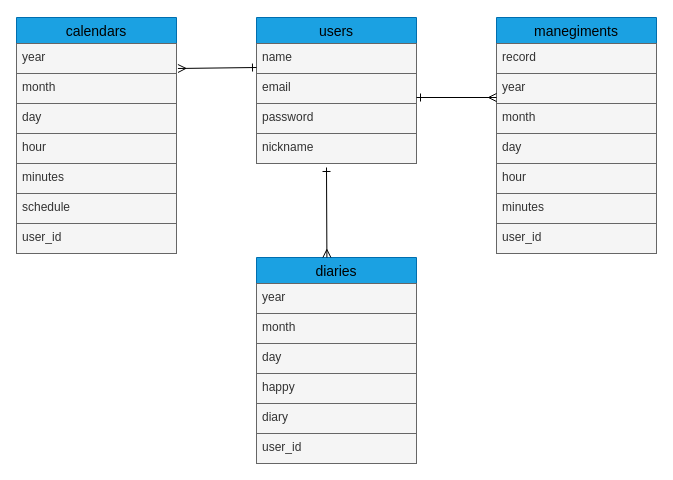
Earlier version of the draw.io diagram babymana.dio (kamoshidadesu/babymana). Source tidied: cells renumbered, new cells numbered last; positions are measured from the earlier drawing's top-left corner, leaving out a move shared by most shapes. Both pictures are drawn from the tidied source at 100%, with x=0, y=0 at pixel (16, 17).
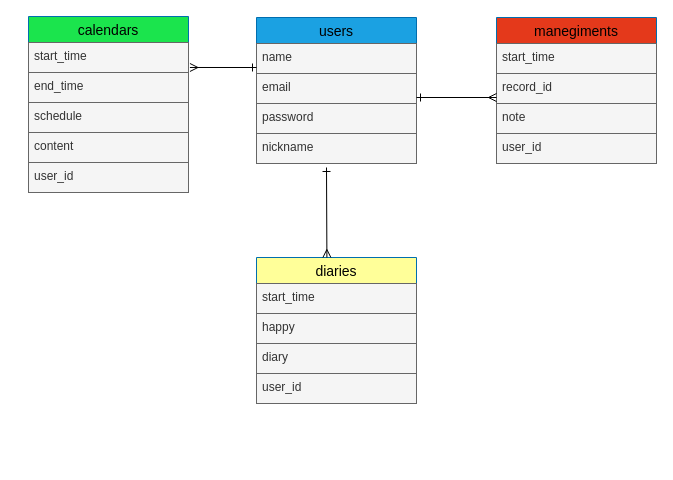
The same page after the edit.

The change refers to these unchanged cells:
```xml
<mxCell id="11" style="group;" parent="10" vertex="1">
  <mxGeometry width="160" height="146" as="geometry" />
</mxCell>
<mxCell id="12" style="group;" parent="11" vertex="1">
  <mxGeometry width="160" height="116" as="geometry" />
</mxCell>
<mxCell id="14" style="group;" parent="13" vertex="1">
  <mxGeometry y="26" width="160" height="60" as="geometry" />
</mxCell>
<mxCell id="22" style="group;" parent="1" vertex="1">
  <mxGeometry x="240" y="240" width="160" height="236" as="geometry" />
</mxCell>
<mxCell id="23" style="group;" parent="22" vertex="1">
  <mxGeometry width="160" height="146" as="geometry" />
</mxCell>
<mxCell id="24" style="group;" parent="23" vertex="1">
  <mxGeometry width="160" height="116" as="geometry" />
</mxCell>
<mxCell id="26" style="group;" parent="25" vertex="1">
  <mxGeometry y="26" width="160" height="60" as="geometry" />
</mxCell>
<mxCell id="33" style="group;" parent="1" vertex="1">
  <mxGeometry x="480" width="160" height="236" as="geometry" />
</mxCell>
<mxCell id="34" style="group;" parent="33" vertex="1">
  <mxGeometry width="160" height="146" as="geometry" />
</mxCell>
<mxCell id="35" style="group;" parent="34" vertex="1">
  <mxGeometry width="160" height="116" as="geometry" />
</mxCell>
<mxCell id="37" style="group;" parent="36" vertex="1">
  <mxGeometry y="26" width="160" height="60" as="geometry" />
</mxCell>
```

What changed in the source:
```diff
@@
     <mxCell id="10" style="group;" parent="1" vertex="1">
-      <mxGeometry width="160" height="236" as="geometry" />
+      <mxGeometry x="12" y="-1" width="160" height="236" as="geometry" />
     </mxCell>
@@
-    <mxCell id="13" value="calendars" style="swimlane;fontStyle=0;horizontal=1;startSize=26;align=center;fontSize=14;strokeColor=#006EAF;fillColor=#1ba1e2;fontColor=#000000;swimlaneFillColor=none;" parent="12" vertex="1">
+    <mxCell id="13" value="calendars" style="swimlane;fontStyle=0;horizontal=1;startSize=26;align=center;fontSize=14;strokeColor=#006EAF;fillColor=#1be44d;fontColor=#000000;swimlaneFillColor=none;" parent="12" vertex="1">
       <mxGeometry width="160" height="86" as="geometry" />
     </mxCell>
@@
-    <mxCell id="15" value="year" style="text;strokeColor=#666666;fillColor=#f5f5f5;spacingLeft=4;spacingRight=4;overflow=hidden;points=[[0,0.5],[1,0.5]];portConstraint=eastwest;fontSize=12;fontColor=#333333;" parent="14" vertex="1">
+    <mxCell id="15" value="start_time" style="text;strokeColor=#666666;fillColor=#f5f5f5;spacingLeft=4;spacingRight=4;overflow=hidden;points=[[0,0.5],[1,0.5]];portConstraint=eastwest;fontSize=12;fontColor=#333333;" parent="14" vertex="1">
       <mxGeometry width="160" height="30" as="geometry" />
     </mxCell>
-    <mxCell id="16" value="month" style="text;strokeColor=#666666;fillColor=#f5f5f5;spacingLeft=4;spacingRight=4;overflow=hidden;fontSize=12;fontColor=#333333;" parent="14" vertex="1">
+    <mxCell id="16" value="end_time" style="text;strokeColor=#666666;fillColor=#f5f5f5;spacingLeft=4;spacingRight=4;overflow=hidden;fontSize=12;fontColor=#333333;" parent="14" vertex="1">
       <mxGeometry y="30" width="160" height="30" as="geometry" />
     </mxCell>
-    <mxCell id="17" value="day" style="text;strokeColor=#666666;fillColor=#f5f5f5;spacingLeft=4;spacingRight=4;overflow=hidden;fontSize=12;fontColor=#333333;" parent="12" vertex="1">
+    <mxCell id="17" value="schedule" style="text;strokeColor=#666666;fillColor=#f5f5f5;spacingLeft=4;spacingRight=4;overflow=hidden;fontSize=12;fontColor=#333333;" parent="12" vertex="1">
       <mxGeometry y="86" width="160" height="30" as="geometry" />
     </mxCell>
-    <mxCell id="18" value="hour" style="text;strokeColor=#666666;fillColor=#f5f5f5;spacingLeft=4;spacingRight=4;overflow=hidden;fontSize=12;fontColor=#333333;" parent="11" vertex="1">
+    <mxCell id="18" value="content" style="text;strokeColor=#666666;fillColor=#f5f5f5;spacingLeft=4;spacingRight=4;overflow=hidden;fontSize=12;fontColor=#333333;" parent="11" vertex="1">
       <mxGeometry y="116" width="160" height="30" as="geometry" />
     </mxCell>
-    <mxCell id="19" value="minutes" style="text;strokeColor=#666666;fillColor=#f5f5f5;spacingLeft=4;spacingRight=4;overflow=hidden;fontSize=12;fontColor=#333333;" parent="10" vertex="1">
+    <mxCell id="19" value="user_id" style="text;strokeColor=#666666;fillColor=#f5f5f5;spacingLeft=4;spacingRight=4;overflow=hidden;fontSize=12;fontColor=#333333;" parent="10" vertex="1">
       <mxGeometry y="146" width="160" height="30" as="geometry" />
     </mxCell>
-    <mxCell id="20" value="schedule" style="text;strokeColor=#666666;fillColor=#f5f5f5;spacingLeft=4;spacingRight=4;overflow=hidden;fontSize=12;fontColor=#333333;" parent="10" vertex="1">
-      <mxGeometry y="176" width="160" height="30" as="geometry" />
-    </mxCell>
-    <mxCell id="21" value="user_id" style="text;strokeColor=#666666;fillColor=#f5f5f5;spacingLeft=4;spacingRight=4;overflow=hidden;fontSize=12;fontColor=#333333;" parent="10" vertex="1">
-      <mxGeometry y="206" width="160" height="30" as="geometry" />
-    </mxCell>
@@
-    <mxCell id="25" value="diaries" style="swimlane;fontStyle=0;horizontal=1;startSize=26;align=center;fontSize=14;strokeColor=#006EAF;fillColor=#1ba1e2;fontColor=#000000;swimlaneFillColor=none;" parent="24" vertex="1">
+    <mxCell id="25" value="diaries" style="swimlane;fontStyle=0;horizontal=1;startSize=26;align=center;fontSize=14;strokeColor=#006EAF;fillColor=#FFFF99;fontColor=#000000;swimlaneFillColor=none;" parent="24" vertex="1">
       <mxGeometry width="160" height="86" as="geometry" />
     </mxCell>
@@
-    <mxCell id="27" value="year" style="text;strokeColor=#666666;fillColor=#f5f5f5;spacingLeft=4;spacingRight=4;overflow=hidden;fontSize=12;fontColor=#333333;" parent="26" vertex="1">
+    <mxCell id="27" value="start_time" style="text;strokeColor=#666666;fillColor=#f5f5f5;spacingLeft=4;spacingRight=4;overflow=hidden;fontSize=12;fontColor=#333333;" parent="26" vertex="1">
       <mxGeometry width="160" height="30" as="geometry" />
     </mxCell>
-    <mxCell id="28" value="month" style="text;strokeColor=#666666;fillColor=#f5f5f5;spacingLeft=4;spacingRight=4;overflow=hidden;fontSize=12;fontColor=#333333;" parent="26" vertex="1">
+    <mxCell id="28" value="happy" style="text;strokeColor=#666666;fillColor=#f5f5f5;spacingLeft=4;spacingRight=4;overflow=hidden;fontSize=12;fontColor=#333333;" parent="26" vertex="1">
       <mxGeometry y="30" width="160" height="30" as="geometry" />
     </mxCell>
-    <mxCell id="29" value="day" style="text;strokeColor=#666666;fillColor=#f5f5f5;spacingLeft=4;spacingRight=4;overflow=hidden;fontSize=12;fontColor=#333333;" parent="24" vertex="1">
+    <mxCell id="29" value="diary" style="text;strokeColor=#666666;fillColor=#f5f5f5;spacingLeft=4;spacingRight=4;overflow=hidden;fontSize=12;fontColor=#333333;" parent="24" vertex="1">
       <mxGeometry y="86" width="160" height="30" as="geometry" />
     </mxCell>
-    <mxCell id="30" value="happy" style="text;strokeColor=#666666;fillColor=#f5f5f5;spacingLeft=4;spacingRight=4;overflow=hidden;fontSize=12;fontColor=#333333;" parent="23" vertex="1">
+    <mxCell id="30" value="user_id" style="text;strokeColor=#666666;fillColor=#f5f5f5;spacingLeft=4;spacingRight=4;overflow=hidden;fontSize=12;fontColor=#333333;" parent="23" vertex="1">
       <mxGeometry y="116" width="160" height="30" as="geometry" />
     </mxCell>
-    <mxCell id="31" value="diary" style="text;strokeColor=#666666;fillColor=#f5f5f5;spacingLeft=4;spacingRight=4;overflow=hidden;fontSize=12;fontColor=#333333;" parent="22" vertex="1">
-      <mxGeometry y="146" width="160" height="30" as="geometry" />
-    </mxCell>
-    <mxCell id="32" value="user_id" style="text;strokeColor=#666666;fillColor=#f5f5f5;spacingLeft=4;spacingRight=4;overflow=hidden;fontSize=12;fontColor=#333333;" parent="22" vertex="1">
-      <mxGeometry y="176" width="160" height="30" as="geometry" />
-    </mxCell>
@@
-    <mxCell id="36" value="manegiments" style="swimlane;fontStyle=0;horizontal=1;startSize=26;align=center;fontSize=14;strokeColor=#006EAF;fillColor=#1ba1e2;fontColor=#000000;swimlaneFillColor=none;" parent="35" vertex="1">
+    <mxCell id="36" value="manegiments" style="swimlane;fontStyle=0;horizontal=1;startSize=26;align=center;fontSize=14;strokeColor=#006EAF;fillColor=#e4391b;fontColor=#000000;swimlaneFillColor=none;" parent="35" vertex="1">
       <mxGeometry width="160" height="86" as="geometry" />
     </mxCell>
@@
-    <mxCell id="38" value="record" style="text;strokeColor=#666666;fillColor=#f5f5f5;spacingLeft=4;spacingRight=4;overflow=hidden;fontSize=12;fontColor=#333333;" parent="37" vertex="1">
+    <mxCell id="38" value="start_time" style="text;strokeColor=#666666;fillColor=#f5f5f5;spacingLeft=4;spacingRight=4;overflow=hidden;fontSize=12;fontColor=#333333;" parent="37" vertex="1">
       <mxGeometry width="160" height="30" as="geometry" />
     </mxCell>
-    <mxCell id="39" value="year" style="text;strokeColor=#666666;fillColor=#f5f5f5;spacingLeft=4;spacingRight=4;overflow=hidden;points=[[0,0.5],[1,0.5]];portConstraint=eastwest;fontSize=12;fontColor=#333333;" parent="37" vertex="1">
+    <mxCell id="39" value="record_id" style="text;strokeColor=#666666;fillColor=#f5f5f5;spacingLeft=4;spacingRight=4;overflow=hidden;points=[[0,0.5],[1,0.5]];portConstraint=eastwest;fontSize=12;fontColor=#333333;" parent="37" vertex="1">
       <mxGeometry y="30" width="160" height="30" as="geometry" />
     </mxCell>
-    <mxCell id="40" value="month" style="text;strokeColor=#666666;fillColor=#f5f5f5;spacingLeft=4;spacingRight=4;overflow=hidden;fontSize=12;fontColor=#333333;" parent="35" vertex="1">
+    <mxCell id="40" value="note" style="text;strokeColor=#666666;fillColor=#f5f5f5;spacingLeft=4;spacingRight=4;overflow=hidden;fontSize=12;fontColor=#333333;" parent="35" vertex="1">
       <mxGeometry y="86" width="160" height="30" as="geometry" />
     </mxCell>
-    <mxCell id="41" value="day" style="text;strokeColor=#666666;fillColor=#f5f5f5;spacingLeft=4;spacingRight=4;overflow=hidden;fontSize=12;fontColor=#333333;" parent="34" vertex="1">
+    <mxCell id="41" value="user_id" style="text;strokeColor=#666666;fillColor=#f5f5f5;spacingLeft=4;spacingRight=4;overflow=hidden;fontSize=12;fontColor=#333333;" parent="34" vertex="1">
       <mxGeometry y="116" width="160" height="30" as="geometry" />
     </mxCell>
-    <mxCell id="42" value="hour" style="text;strokeColor=#666666;fillColor=#f5f5f5;spacingLeft=4;spacingRight=4;overflow=hidden;fontSize=12;fontColor=#333333;" parent="33" vertex="1">
-      <mxGeometry y="146" width="160" height="30" as="geometry" />
-    </mxCell>
-    <mxCell id="43" value="minutes" style="text;strokeColor=#666666;fillColor=#f5f5f5;spacingLeft=4;spacingRight=4;overflow=hidden;fontSize=12;fontColor=#333333;" parent="33" vertex="1">
-      <mxGeometry y="176" width="160" height="30" as="geometry" />
-    </mxCell>
-    <mxCell id="44" value="user_id" style="text;strokeColor=#666666;fillColor=#f5f5f5;spacingLeft=4;spacingRight=4;overflow=hidden;fontSize=12;fontColor=#333333;" parent="33" vertex="1">
-      <mxGeometry y="206" width="160" height="30" as="geometry" />
-    </mxCell>
```
